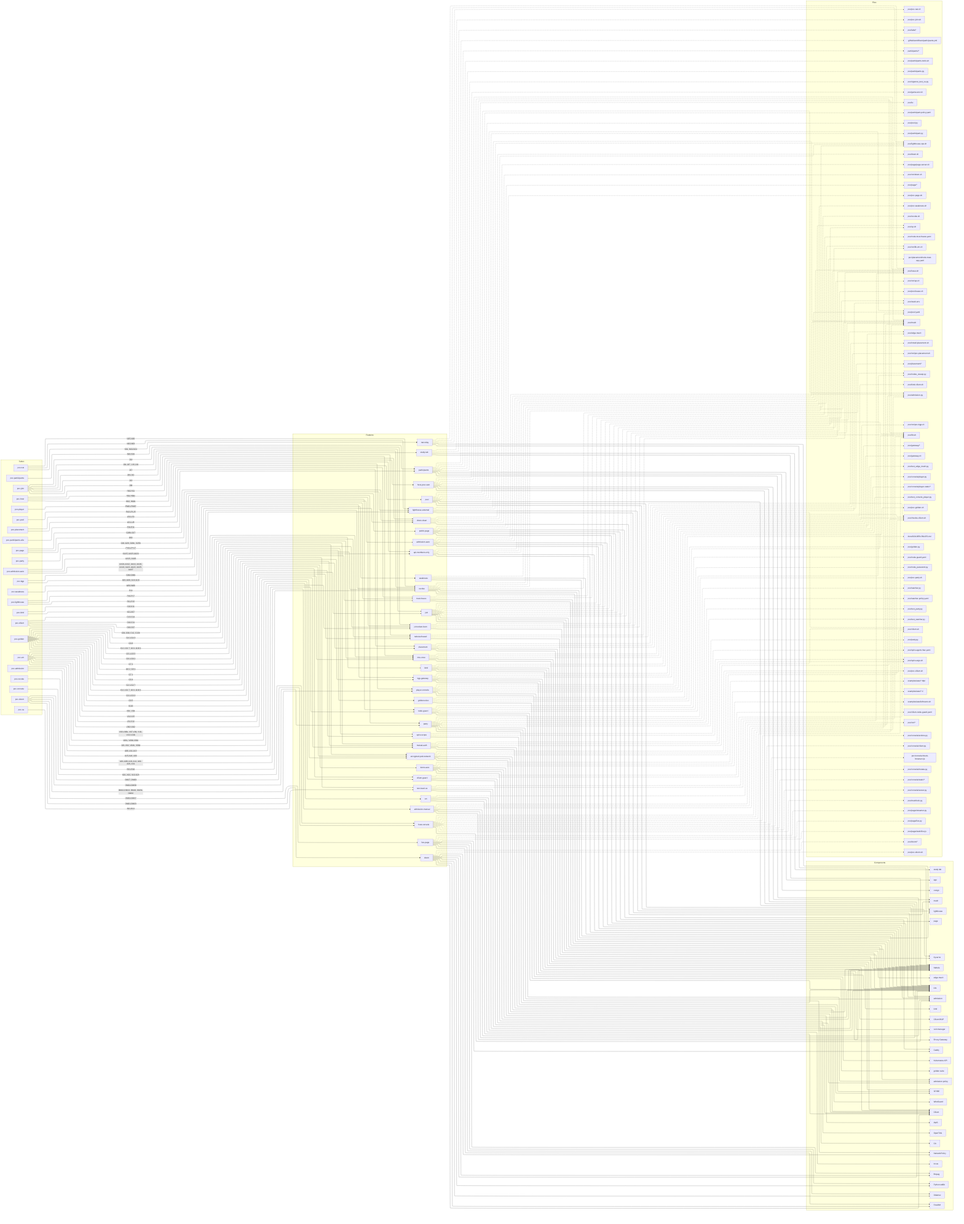
villadalmine/k8s-lan-party keeps this Mermaid diagram as docs/diagrams/features.png. Above is the earlier version. Its source is kept beside it as docs/diagrams/features.mmd.
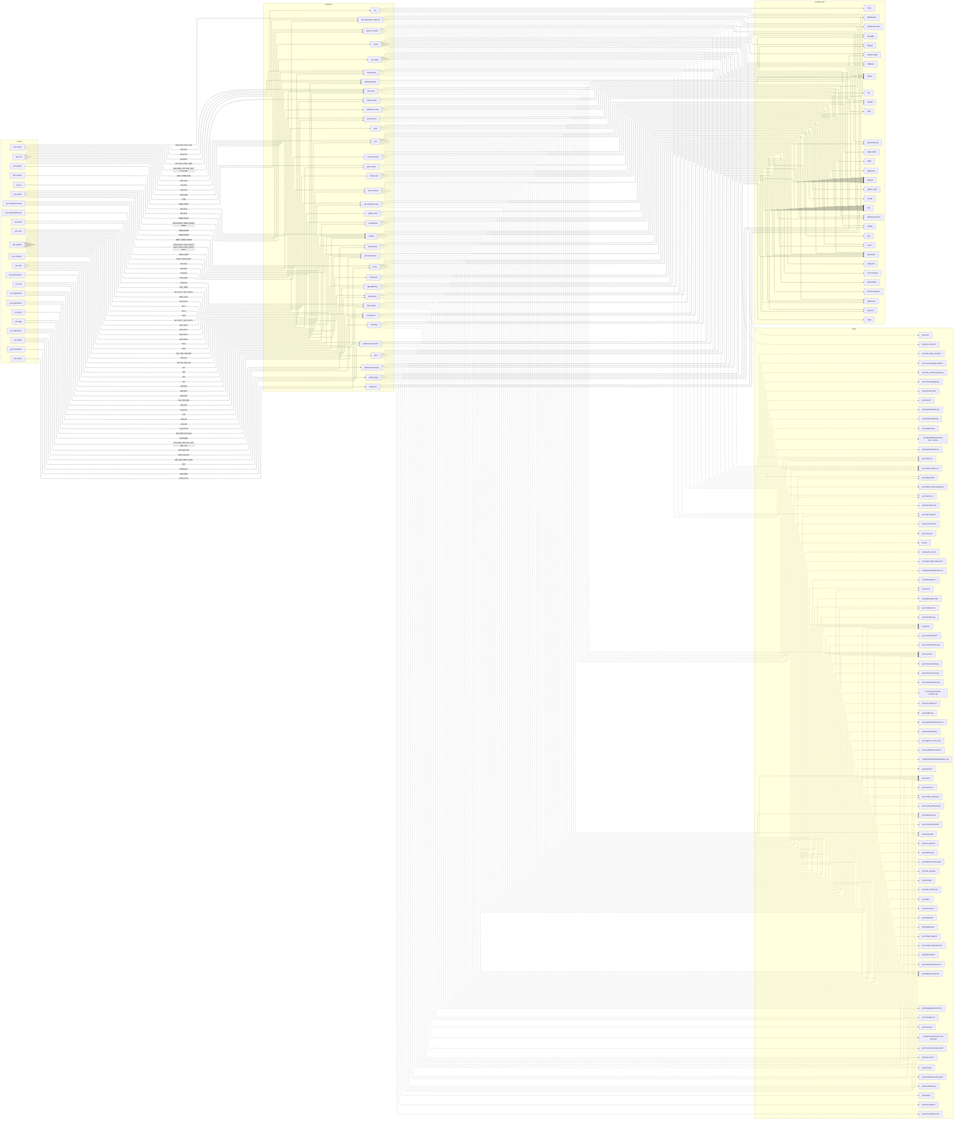
The same diagram one commit later.

Change to the diagram source:
```diff
@@ -139,7 +139,9 @@
     p_poc_poc_doom_sh["poc/poc-doom.sh"]
     p_poc_page_live_py["poc/page/live.py"]
     p_poc_page_streamer_py["poc/page/streamer.py"]
+    p_poc_page_autolive_py["poc/page/autolive.py"]
     p_poc_page_static_live_js["poc/page/static/live.js"]
+    p_poc_page_deploy_emesh_live___service["poc/page/deploy/emesh-live-*.service"]
     p_poc_page__["poc/page/*"]
     p_poc_poc_page_sh["poc/poc-page.sh"]
     p_poc_lighthouse_vps_sh["poc/lighthouse-vps.sh"]
@@ -255,7 +257,7 @@
   f_admission_auto -.-> p_poc_pool_yaml
   f_admission_auto -.-> p_poc_mesh
   s_poc_console -->|"K01, K02, K10-K26"| f_host_console
-  s_poc_doom -->|"DM27, DM33"| f_host_console
+  s_poc_doom -->|"DM27, DM33, DM38"| f_host_console
   f_host_console --> c_admission
   f_host_console -.-> p_poc_mesh
   f_host_console -.-> p_poc_lib_sh
@@ -306,7 +308,7 @@
   f_doom --> c_Python_stdlib
   f_doom -.-> p_poc_doom__
   f_doom -.-> p_poc_poc_doom_sh
-  s_poc_doom -->|"DM34-DM37"| f_live_page
+  s_poc_doom -->|"DM34-DM38"| f_live_page
   f_live_page --> c_Odamex
   f_live_page --> c_FreeDM
   f_live_page --> c_ffmpeg
@@ -314,7 +316,9 @@
   f_live_page --> c_Python_stdlib
   f_live_page -.-> p_poc_page_live_py
   f_live_page -.-> p_poc_page_streamer_py
+  f_live_page -.-> p_poc_page_autolive_py
   f_live_page -.-> p_poc_page_static_live_js
+  f_live_page -.-> p_poc_page_deploy_emesh_live___service
   s_poc_page -->|"G01-G26, G09c, G25b"| f_public_page
   f_public_page --> c_page
   f_public_page --> c_Caddy
```
